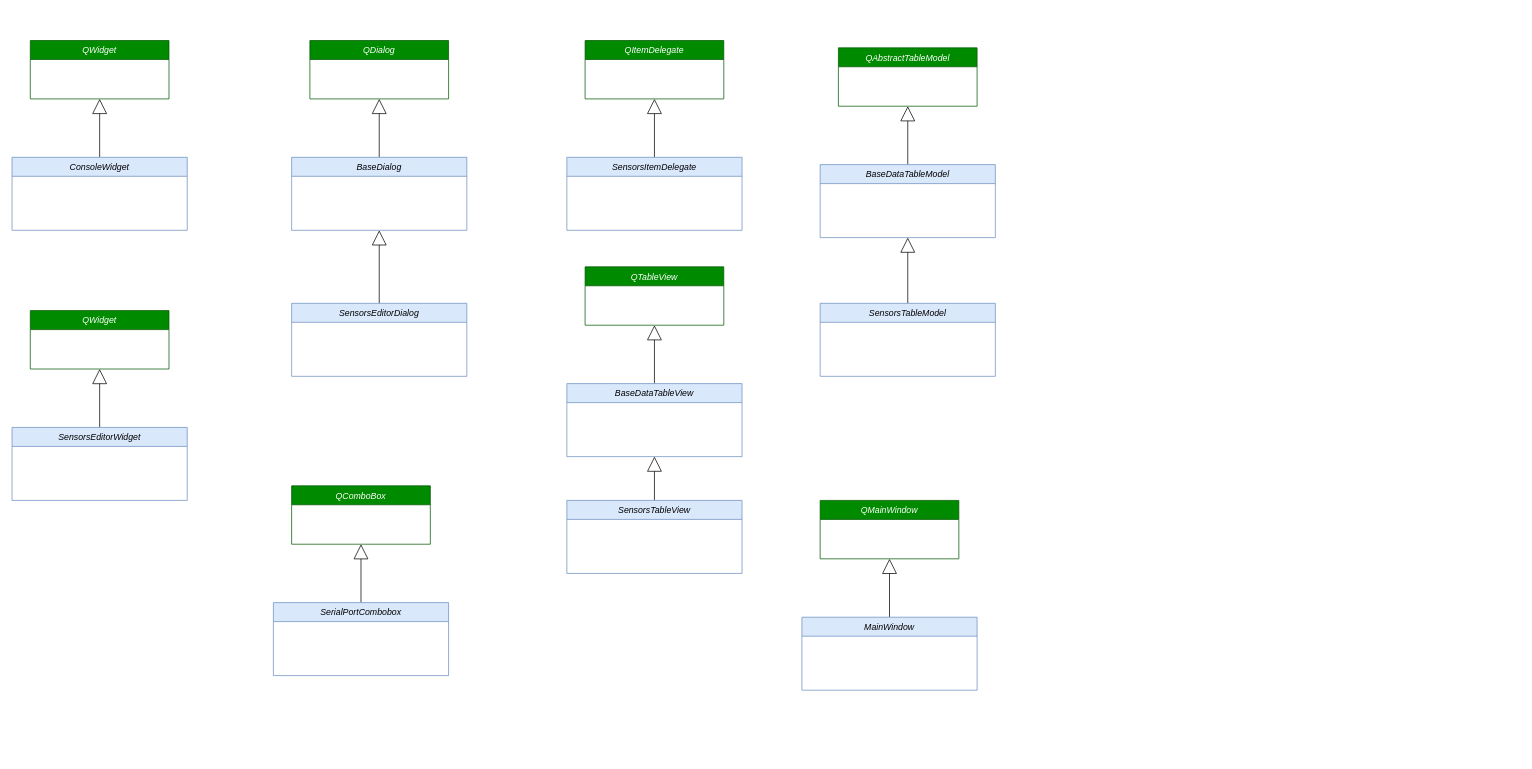
Earlier version of the draw.io diagram Doc/UML/Front.drawio (Unreal34/SensorMonitor). Source tidied: cells renumbered, new cells numbered last; positions are measured from the earlier drawing's top-left corner, leaving out a move shared by most shapes. Both pictures are drawn from the tidied source at 73%, with x=0, y=0 at pixel (12, 40).
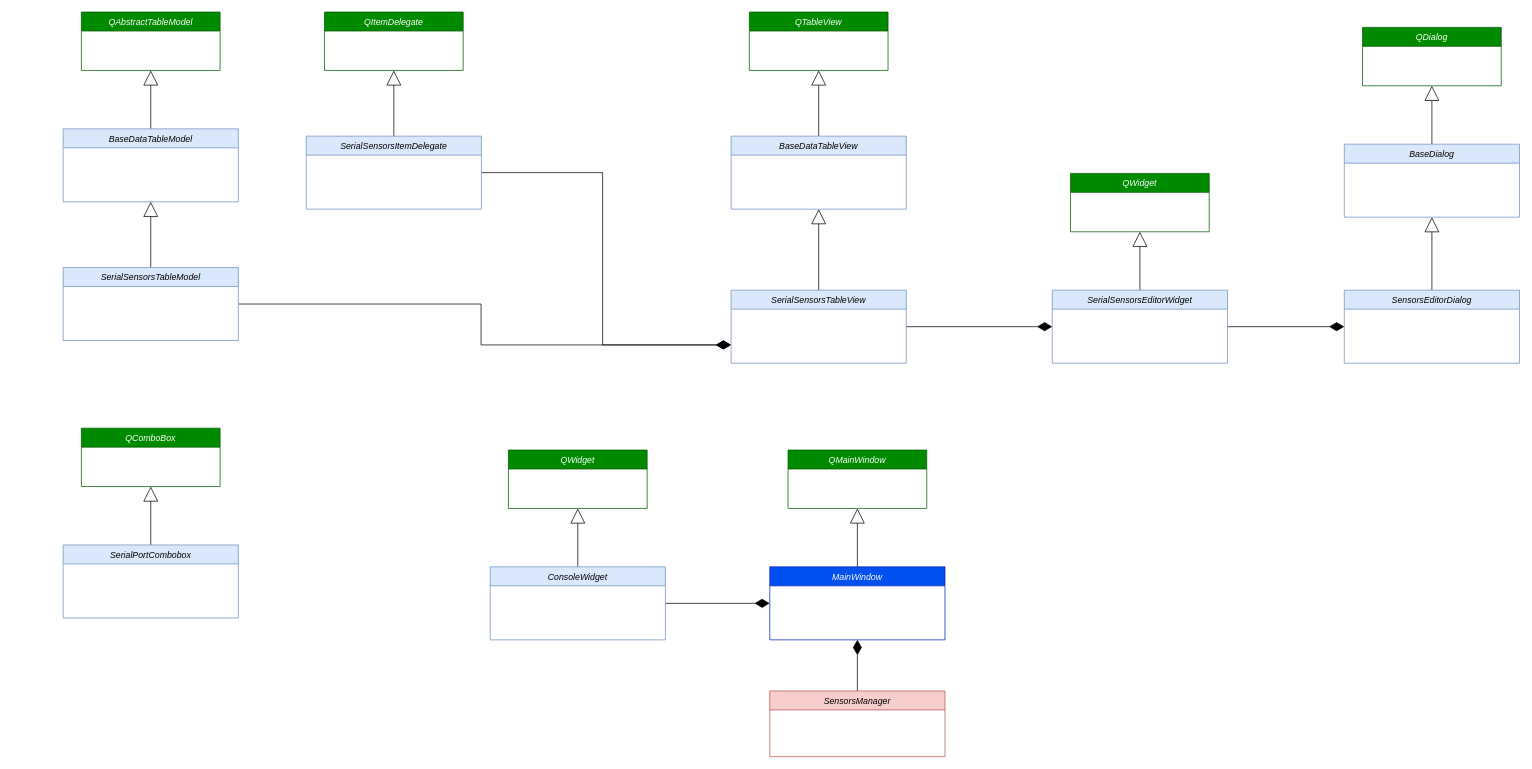
The same page after the edit.

Change to the diagram source:
```diff
@@
     <mxCell id="3" value="BaseDialog" style="swimlane;fontStyle=2;align=center;verticalAlign=top;horizontal=1;startSize=26;rounded=0;shadow=0;strokeWidth=1;fillColor=#dae8fc;strokeColor=#6c8ebf;" parent="1" vertex="1">
-      <mxGeometry x="383" y="160" width="240" height="100" as="geometry" />
+      <mxGeometry x="1825" y="142" width="240" height="100" as="geometry" />
     </mxCell>
     <mxCell id="4" value="QDialog" style="swimlane;fontStyle=2;align=center;verticalAlign=top;horizontal=1;startSize=26;rounded=0;shadow=0;strokeWidth=1;fillColor=#008a00;fontColor=#ffffff;strokeColor=#005700;" parent="1" vertex="1">
-      <mxGeometry x="408" width="190" height="80" as="geometry" />
+      <mxGeometry x="1850" y="-18" width="190" height="80" as="geometry" />
     </mxCell>
@@
     <mxCell id="6" value="SensorsEditorDialog" style="swimlane;fontStyle=2;align=center;verticalAlign=top;horizontal=1;startSize=26;rounded=0;shadow=0;strokeWidth=1;fillColor=#dae8fc;strokeColor=#6c8ebf;" parent="1" vertex="1">
-      <mxGeometry x="383" y="360" width="240" height="100" as="geometry" />
+      <mxGeometry x="1825" y="342" width="240" height="100" as="geometry" />
     </mxCell>
@@
-    <mxCell id="8" value="MainWindow" style="swimlane;fontStyle=2;align=center;verticalAlign=top;horizontal=1;startSize=26;rounded=0;shadow=0;strokeWidth=1;fillColor=#dae8fc;strokeColor=#6c8ebf;" parent="1" vertex="1">
-      <mxGeometry x="1082" y="790" width="240" height="100" as="geometry" />
+    <mxCell id="8" value="MainWindow" style="swimlane;fontStyle=2;align=center;verticalAlign=top;horizontal=1;startSize=26;rounded=0;shadow=0;strokeWidth=1;fillColor=#0050ef;strokeColor=#001DBC;fontColor=#ffffff;" parent="1" vertex="1">
+      <mxGeometry x="1038" y="721" width="240" height="100" as="geometry" />
     </mxCell>
     <mxCell id="9" value="QMainWindow" style="swimlane;fontStyle=2;align=center;verticalAlign=top;horizontal=1;startSize=26;rounded=0;shadow=0;strokeWidth=1;fillColor=#008a00;fontColor=#ffffff;strokeColor=#005700;" parent="1" vertex="1">
-      <mxGeometry x="1107" y="630" width="190" height="80" as="geometry" />
+      <mxGeometry x="1063" y="561" width="190" height="80" as="geometry" />
     </mxCell>
@@
+    <mxCell id="32" style="edgeStyle=orthogonalEdgeStyle;rounded=0;jettySize=auto;html=1;endArrow=diamondThin;endFill=1;endSize=18;" parent="1" edge="1" source="11" target="8">
+      <mxGeometry relative="1" as="geometry" />
+    </mxCell>
     <mxCell id="11" value="ConsoleWidget" style="swimlane;fontStyle=2;align=center;verticalAlign=top;horizontal=1;startSize=26;rounded=0;shadow=0;strokeWidth=1;fillColor=#dae8fc;strokeColor=#6c8ebf;" parent="1" vertex="1">
-      <mxGeometry y="160" width="240" height="100" as="geometry" />
+      <mxGeometry x="655" y="721" width="240" height="100" as="geometry" />
     </mxCell>
     <mxCell id="12" value="QWidget" style="swimlane;fontStyle=2;align=center;verticalAlign=top;horizontal=1;startSize=26;rounded=0;shadow=0;strokeWidth=1;fillColor=#008a00;fontColor=#ffffff;strokeColor=#005700;" parent="1" vertex="1">
-      <mxGeometry x="25" width="190" height="80" as="geometry" />
+      <mxGeometry x="680" y="561" width="190" height="80" as="geometry" />
     </mxCell>
@@
+    <mxCell id="33" style="edgeStyle=orthogonalEdgeStyle;rounded=0;jettySize=auto;html=1;endArrow=diamondThin;endFill=1;endSize=18;" parent="1" edge="1" source="14" target="6">
+      <mxGeometry relative="1" as="geometry" />
+    </mxCell>
-    <mxCell id="14" value="SensorsEditorWidget" style="swimlane;fontStyle=2;align=center;verticalAlign=top;horizontal=1;startSize=26;rounded=0;shadow=0;strokeWidth=1;fillColor=#dae8fc;strokeColor=#6c8ebf;" parent="1" vertex="1">
-      <mxGeometry y="530" width="240" height="100" as="geometry" />
+    <mxCell id="14" value="SerialSensorsEditorWidget" style="swimlane;fontStyle=2;align=center;verticalAlign=top;horizontal=1;startSize=26;rounded=0;shadow=0;strokeWidth=1;fillColor=#dae8fc;strokeColor=#6c8ebf;" parent="1" vertex="1">
+      <mxGeometry x="1425" y="342" width="240" height="100" as="geometry" />
     </mxCell>
     <mxCell id="15" value="QWidget" style="swimlane;fontStyle=2;align=center;verticalAlign=top;horizontal=1;startSize=26;rounded=0;shadow=0;strokeWidth=1;fillColor=#008a00;fontColor=#ffffff;strokeColor=#005700;" parent="1" vertex="1">
-      <mxGeometry x="25" y="370" width="190" height="80" as="geometry" />
+      <mxGeometry x="1450" y="182" width="190" height="80" as="geometry" />
     </mxCell>
@@
+    <mxCell id="34" style="edgeStyle=orthogonalEdgeStyle;rounded=0;jettySize=auto;html=1;entryX=0;entryY=0.75;entryDx=0;entryDy=0;endArrow=diamondThin;endFill=1;endSize=18;" parent="1" edge="1" source="17" target="28">
+      <mxGeometry relative="1" as="geometry" />
+    </mxCell>
-    <mxCell id="17" value="SensorsItemDelegate" style="swimlane;fontStyle=2;align=center;verticalAlign=top;horizontal=1;startSize=26;rounded=0;shadow=0;strokeWidth=1;fillColor=#dae8fc;strokeColor=#6c8ebf;" parent="1" vertex="1">
-      <mxGeometry x="760" y="160" width="240" height="100" as="geometry" />
+    <mxCell id="17" value="SerialSensorsItemDelegate" style="swimlane;fontStyle=2;align=center;verticalAlign=top;horizontal=1;startSize=26;rounded=0;shadow=0;strokeWidth=1;fillColor=#dae8fc;strokeColor=#6c8ebf;" parent="1" vertex="1">
+      <mxGeometry x="403" y="131" width="240" height="100" as="geometry" />
     </mxCell>
     <mxCell id="18" value="QItemDelegate" style="swimlane;fontStyle=2;align=center;verticalAlign=top;horizontal=1;startSize=26;rounded=0;shadow=0;strokeWidth=1;fillColor=#008a00;fontColor=#ffffff;strokeColor=#005700;" parent="1" vertex="1">
-      <mxGeometry x="785" width="190" height="80" as="geometry" />
+      <mxGeometry x="428" y="-39" width="190" height="80" as="geometry" />
     </mxCell>
@@
     <mxCell id="20" value="BaseDataTableModel" style="swimlane;fontStyle=2;align=center;verticalAlign=top;horizontal=1;startSize=26;rounded=0;shadow=0;strokeWidth=1;fillColor=#dae8fc;strokeColor=#6c8ebf;" parent="1" vertex="1">
-      <mxGeometry x="1107" y="170" width="240" height="100" as="geometry" />
+      <mxGeometry x="70" y="121" width="240" height="100" as="geometry" />
     </mxCell>
     <mxCell id="21" value="QAbstractTableModel" style="swimlane;fontStyle=2;align=center;verticalAlign=top;horizontal=1;startSize=26;rounded=0;shadow=0;strokeWidth=1;fillColor=#008a00;fontColor=#ffffff;strokeColor=#005700;" parent="1" vertex="1">
-      <mxGeometry x="1132" y="10" width="190" height="80" as="geometry" />
+      <mxGeometry x="95" y="-39" width="190" height="80" as="geometry" />
     </mxCell>
@@
+    <mxCell id="35" style="edgeStyle=orthogonalEdgeStyle;rounded=0;jettySize=auto;html=1;entryX=0;entryY=0.75;entryDx=0;entryDy=0;endArrow=diamondThin;endFill=1;endSize=18;" parent="1" edge="1" source="23" target="28">
+      <mxGeometry relative="1" as="geometry" />
+    </mxCell>
-    <mxCell id="23" value="SensorsTableModel" style="swimlane;fontStyle=2;align=center;verticalAlign=top;horizontal=1;startSize=26;rounded=0;shadow=0;strokeWidth=1;fillColor=#dae8fc;strokeColor=#6c8ebf;" parent="1" vertex="1">
-      <mxGeometry x="1107" y="360" width="240" height="100" as="geometry" />
+    <mxCell id="23" value="SerialSensorsTableModel" style="swimlane;fontStyle=2;align=center;verticalAlign=top;horizontal=1;startSize=26;rounded=0;shadow=0;strokeWidth=1;fillColor=#dae8fc;strokeColor=#6c8ebf;" parent="1" vertex="1">
+      <mxGeometry x="70" y="311" width="240" height="100" as="geometry" />
     </mxCell>
@@
     <mxCell id="25" value="BaseDataTableView" style="swimlane;fontStyle=2;align=center;verticalAlign=top;horizontal=1;startSize=26;rounded=0;shadow=0;strokeWidth=1;fillColor=#dae8fc;strokeColor=#6c8ebf;" parent="1" vertex="1">
-      <mxGeometry x="760" y="470" width="240" height="100" as="geometry" />
+      <mxGeometry x="985" y="131" width="240" height="100" as="geometry" />
     </mxCell>
     <mxCell id="26" value="QTableView" style="swimlane;fontStyle=2;align=center;verticalAlign=top;horizontal=1;startSize=26;rounded=0;shadow=0;strokeWidth=1;fillColor=#008a00;fontColor=#ffffff;strokeColor=#005700;" parent="1" vertex="1">
-      <mxGeometry x="785" y="310" width="190" height="80" as="geometry" />
+      <mxGeometry x="1010" y="-39" width="190" height="80" as="geometry" />
     </mxCell>
@@
+    <mxCell id="36" style="edgeStyle=orthogonalEdgeStyle;rounded=0;jettySize=auto;html=1;endArrow=diamondThin;endFill=1;endSize=18;" parent="1" edge="1" source="28" target="14">
+      <mxGeometry relative="1" as="geometry" />
+    </mxCell>
-    <mxCell id="28" value="SensorsTableView" style="swimlane;fontStyle=2;align=center;verticalAlign=top;horizontal=1;startSize=26;rounded=0;shadow=0;strokeWidth=1;fillColor=#dae8fc;strokeColor=#6c8ebf;" parent="1" vertex="1">
-      <mxGeometry x="760" y="630" width="240" height="100" as="geometry" />
+    <mxCell id="28" value="SerialSensorsTableView" style="swimlane;fontStyle=2;align=center;verticalAlign=top;horizontal=1;startSize=26;rounded=0;shadow=0;strokeWidth=1;fillColor=#dae8fc;strokeColor=#6c8ebf;" parent="1" vertex="1">
+      <mxGeometry x="985" y="342" width="240" height="100" as="geometry" />
     </mxCell>
@@
     <mxCell id="30" value="SerialPortCombobox" style="swimlane;fontStyle=2;align=center;verticalAlign=top;horizontal=1;startSize=26;rounded=0;shadow=0;strokeWidth=1;fillColor=#dae8fc;strokeColor=#6c8ebf;" parent="1" vertex="1">
-      <mxGeometry x="358" y="770" width="240" height="100" as="geometry" />
+      <mxGeometry x="70" y="691" width="240" height="100" as="geometry" />
     </mxCell>
     <mxCell id="31" value="QComboBox" style="swimlane;fontStyle=2;align=center;verticalAlign=top;horizontal=1;startSize=26;rounded=0;shadow=0;strokeWidth=1;fillColor=#008a00;fontColor=#ffffff;strokeColor=#005700;" parent="1" vertex="1">
-      <mxGeometry x="383" y="610" width="190" height="80" as="geometry" />
+      <mxGeometry x="95" y="531" width="190" height="80" as="geometry" />
     </mxCell>
+    <mxCell id="37" style="edgeStyle=orthogonalEdgeStyle;rounded=0;jettySize=auto;html=1;endArrow=diamondThin;endFill=1;endSize=18;" parent="1" edge="1" source="38" target="8">
+      <mxGeometry relative="1" as="geometry" />
+    </mxCell>
+    <mxCell id="38" value="SensorsManager" style="swimlane;fontStyle=2;align=center;verticalAlign=top;horizontal=1;startSize=26;rounded=0;shadow=0;strokeWidth=1;fillColor=#f8cecc;strokeColor=#b85450;" parent="1" vertex="1">
+      <mxGeometry x="1038" y="891" width="240" height="90" as="geometry" />
+    </mxCell>
```
